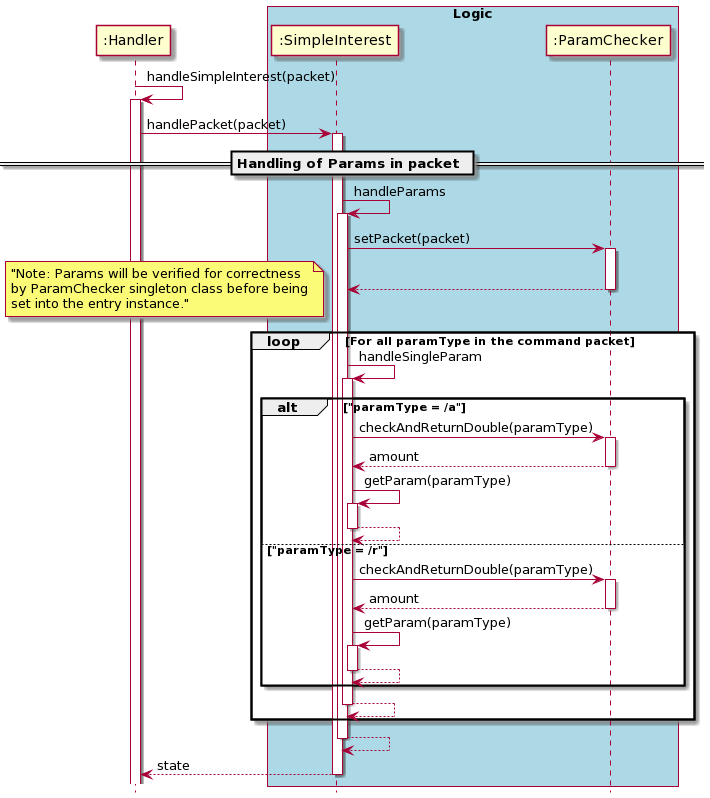
This is docs/uml_images/financetools/SimpleInterest/SimpleInterestSequenceDiagram(1).png from nus-cs2113-AY2021S1/tp, a PlantUML export, as it was before one commit. Source of this version:
```plantuml
@startuml
hide footbox
autoactivate on

":Handler" ->":Handler": handleSimpleInterest(packet)

   ":Handler"-> ":SimpleInterest" : handlePacket(packet)

        == Handling of Params in packet ==
        ":SimpleInterest" -> ":SimpleInterest" : handleParams
            ":SimpleInterest" -> ":ParamChecker" : setPacket(packet)
            return
            loop For all paramType in the command packet
                note left: "Note: Params will be verified for correctness\nby ParamChecker singleton class before being\nset into the entry instance."
                ":SimpleInterest" -> ":SimpleInterest" : handleSingleParam
                    alt "paramType = /a"
                        ":SimpleInterest" ->":ParamChecker": checkAndReturnDouble(paramType)
                        return amount
                        ":SimpleInterest" -> ":SimpleInterest" : getParam(paramType)
                        return
                    else "paramType = /r"
                        ":SimpleInterest" ->":ParamChecker": checkAndReturnDouble(paramType)
                        return amount
                        ":SimpleInterest" -> ":SimpleInterest" : getParam(paramType)
                        return
                    end
                return
            end
        return

return state


box "Logic" #LightBlue
participant ":SimpleInterest"
participant ":ParamChecker"
endBox
@enduml
```
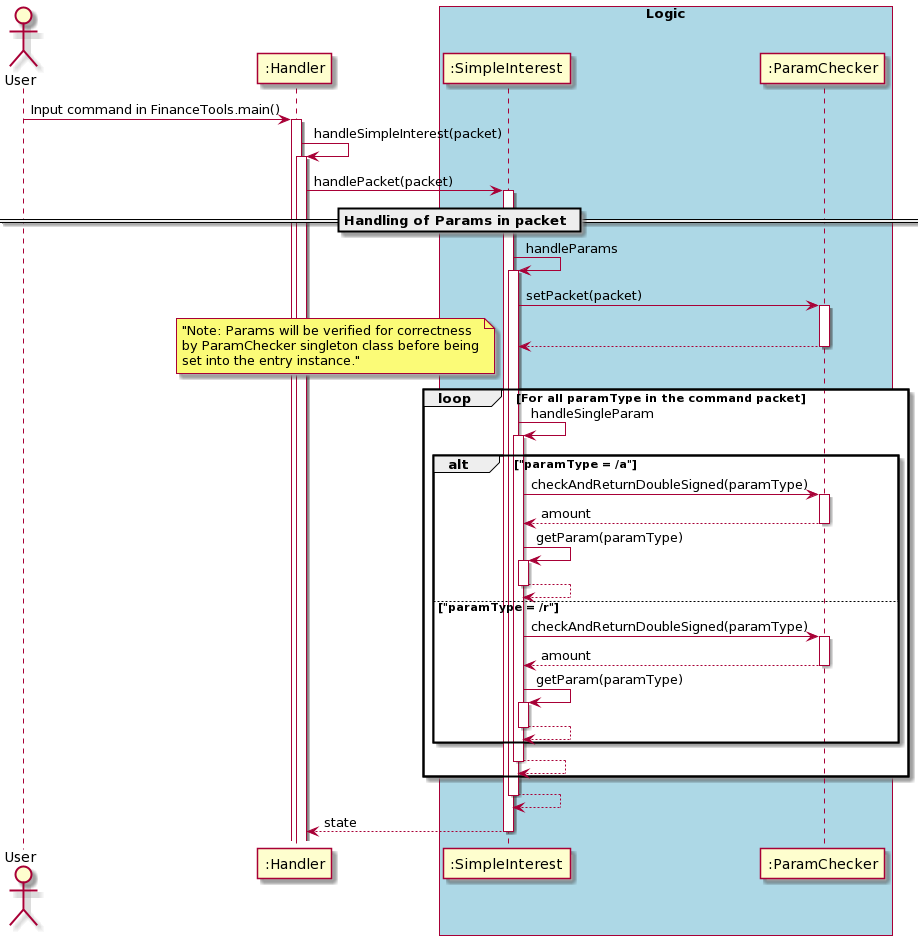
The same diagram one commit later.

Diff of the diagram source:
```diff
@@ -1,7 +1,8 @@
 @startuml
-hide footbox
 autoactivate on
+actor User
 
+"User" -> ":Handler": Input command in FinanceTools.main()
 ":Handler" ->":Handler": handleSimpleInterest(packet)
 
    ":Handler"-> ":SimpleInterest" : handlePacket(packet)
@@ -14,12 +15,12 @@
                 note left: "Note: Params will be verified for correctness\nby ParamChecker singleton class before being\nset into the entry instance."
                 ":SimpleInterest" -> ":SimpleInterest" : handleSingleParam
                     alt "paramType = /a"
-                        ":SimpleInterest" ->":ParamChecker": checkAndReturnDouble(paramType)
+                        ":SimpleInterest" ->":ParamChecker": checkAndReturnDoubleSigned(paramType)
                         return amount
                         ":SimpleInterest" -> ":SimpleInterest" : getParam(paramType)
                         return
                     else "paramType = /r"
-                        ":SimpleInterest" ->":ParamChecker": checkAndReturnDouble(paramType)
+                        ":SimpleInterest" ->":ParamChecker": checkAndReturnDoubleSigned(paramType)
                         return amount
                         ":SimpleInterest" -> ":SimpleInterest" : getParam(paramType)
                         return
```
